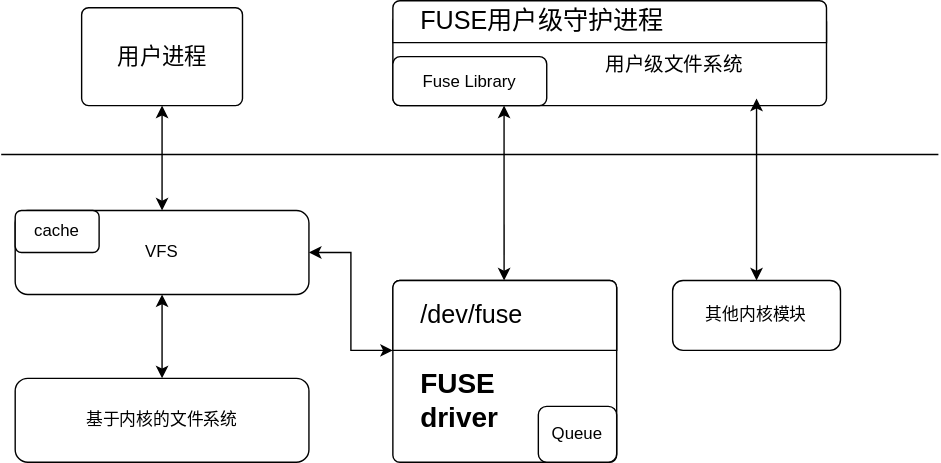
493520280/blog-img keeps this draw.io diagram as 未命名绘图.drawio.svg. Above is the earlier version. Source tidied: cells renumbered, new cells last; positions are measured from the earlier drawing's top-left corner, leaving out a move shared by most shapes.
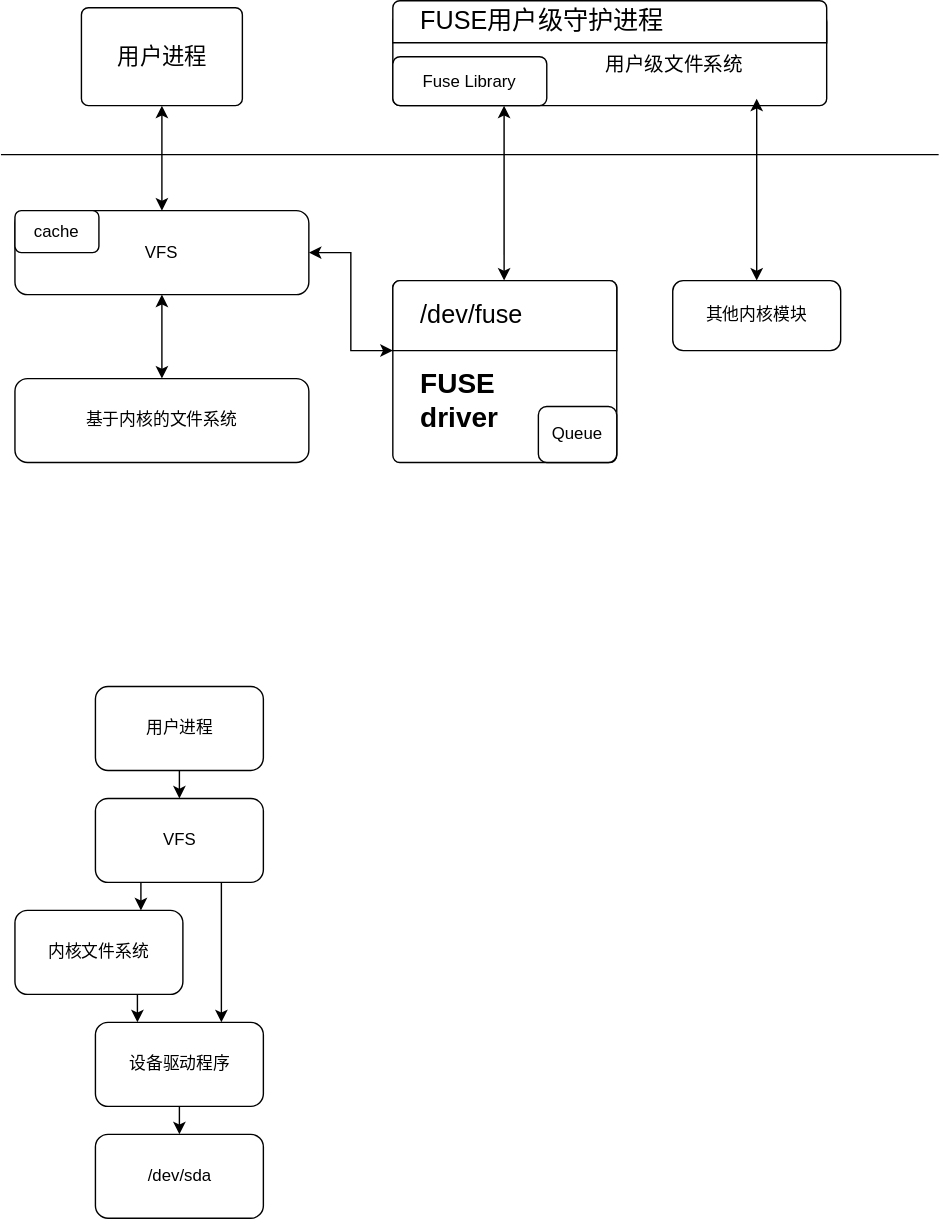
After the commit.

Commit message:
更新未命名绘图.drawio.svg

Diff of the diagram source:
```diff
@@ -68,5 +68,38 @@
         <mxPoint x="540" y="65" as="targetPoint" />
       </mxGeometry>
     </mxCell>
+    <mxCell id="19" style="edgeStyle=orthogonalEdgeStyle;rounded=0;jettySize=auto;html=1;exitX=0.5;exitY=1;exitDx=0;exitDy=0;entryX=0.5;entryY=0;entryDx=0;entryDy=0;" parent="1" edge="1" source="20" target="24">
+      <mxGeometry relative="1" as="geometry" />
+    </mxCell>
+    <mxCell id="20" value="用户进程" style="rounded=1;whiteSpace=wrap;html=1;" parent="1" vertex="1">
+      <mxGeometry x="67.5" y="485" width="120" height="60" as="geometry" />
+    </mxCell>
+    <mxCell id="21" style="edgeStyle=orthogonalEdgeStyle;rounded=0;orthogonalLoop=1;jettySize=auto;html=1;exitX=0.25;exitY=1;exitDx=0;exitDy=0;entryX=0.25;entryY=1;entryDx=0;entryDy=0;" parent="1" edge="1" source="24" target="24">
+      <mxGeometry relative="1" as="geometry" />
+    </mxCell>
+    <mxCell id="22" style="edgeStyle=orthogonalEdgeStyle;rounded=0;jettySize=auto;html=1;exitX=0.25;exitY=1;exitDx=0;exitDy=0;entryX=0.75;entryY=0;entryDx=0;entryDy=0;" parent="1" edge="1" source="24" target="26">
+      <mxGeometry relative="1" as="geometry" />
+    </mxCell>
+    <mxCell id="23" style="edgeStyle=orthogonalEdgeStyle;rounded=0;jettySize=auto;html=1;exitX=0.75;exitY=1;exitDx=0;exitDy=0;entryX=0.75;entryY=0;entryDx=0;entryDy=0;" parent="1" edge="1" source="24" target="28">
+      <mxGeometry relative="1" as="geometry" />
+    </mxCell>
+    <mxCell id="24" value="VFS" style="rounded=1;whiteSpace=wrap;html=1;" parent="1" vertex="1">
+      <mxGeometry x="67.5" y="565" width="120" height="60" as="geometry" />
+    </mxCell>
+    <mxCell id="25" style="edgeStyle=orthogonalEdgeStyle;rounded=0;jettySize=auto;html=1;exitX=0.75;exitY=1;exitDx=0;exitDy=0;entryX=0.25;entryY=0;entryDx=0;entryDy=0;" parent="1" edge="1" source="26" target="28">
+      <mxGeometry relative="1" as="geometry" />
+    </mxCell>
+    <mxCell id="26" value="内核文件系统" style="rounded=1;whiteSpace=wrap;html=1;" parent="1" vertex="1">
+      <mxGeometry x="10" y="645" width="120" height="60" as="geometry" />
+    </mxCell>
+    <mxCell id="27" style="edgeStyle=orthogonalEdgeStyle;rounded=0;jettySize=auto;html=1;exitX=0.5;exitY=1;exitDx=0;exitDy=0;entryX=0.5;entryY=0;entryDx=0;entryDy=0;" parent="1" edge="1" source="28" target="29">
+      <mxGeometry relative="1" as="geometry" />
+    </mxCell>
+    <mxCell id="28" value="设备驱动程序" style="rounded=1;whiteSpace=wrap;html=1;" parent="1" vertex="1">
+      <mxGeometry x="67.5" y="725" width="120" height="60" as="geometry" />
+    </mxCell>
+    <mxCell id="29" value="/dev/sda" style="rounded=1;whiteSpace=wrap;html=1;" parent="1" vertex="1">
+      <mxGeometry x="67.5" y="805" width="120" height="60" as="geometry" />
+    </mxCell>
   </root>
 </mxGraphModel>
```
